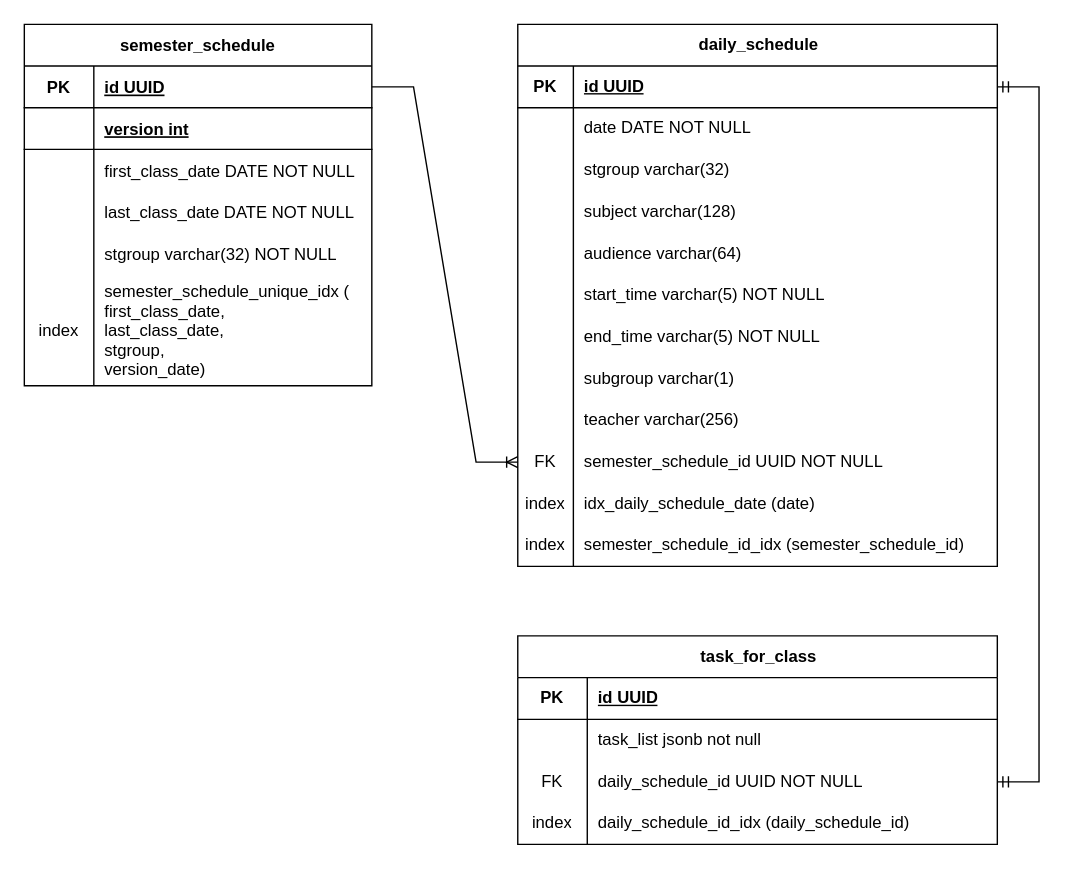
Before: authorization-service/Схема БД.drawio in Manysleeplover/rate-please-stankin, a draw.io diagram. Source tidied: cells renumbered, new cells numbered last; positions are measured from the earlier drawing's top-left corner, leaving out a move shared by most shapes. Both pictures are drawn from the tidied source at 139%, with x=0, y=0 at pixel (24, 24).
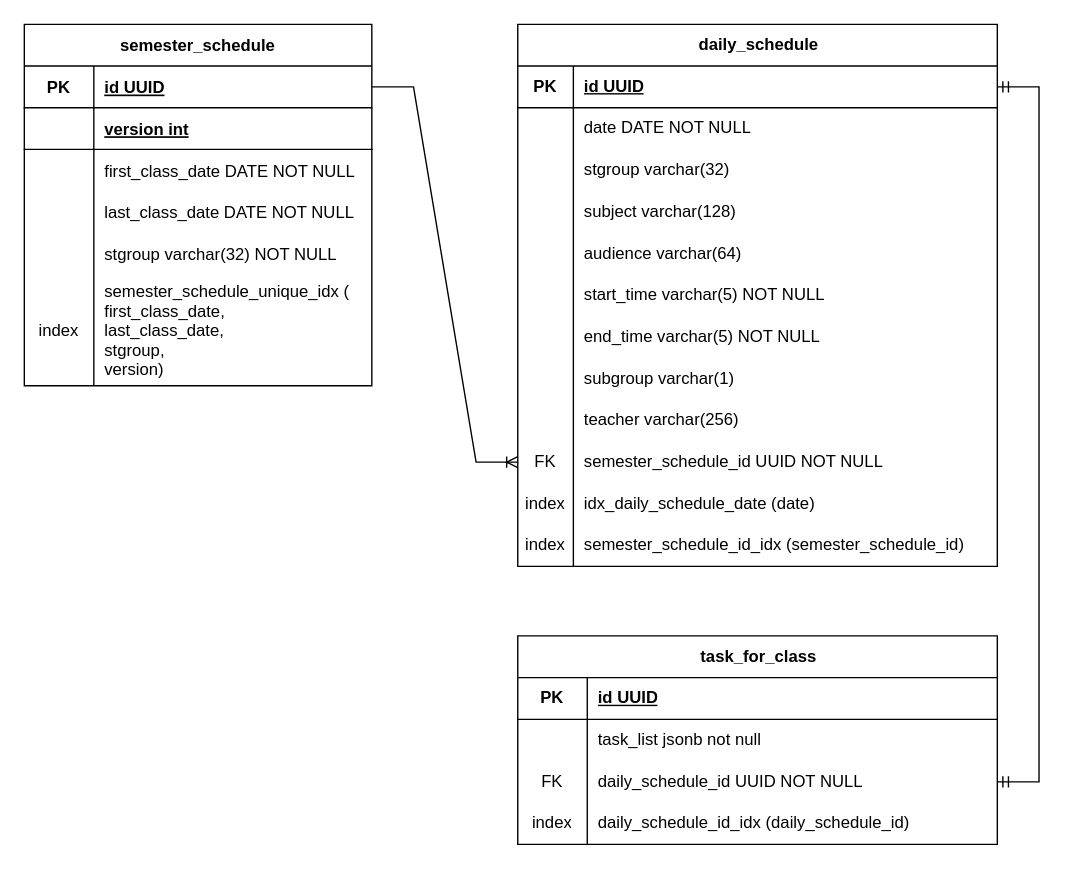
The same diagram, later.

Commit message:
30.03.2025 - схема данных

The change refers to these unchanged cells:
```xml
<mxCell id="18" style="shape=partialRectangle;fillColor=none;top=0;left=0;right=0;bottom=0;" parent="2" vertex="1">
  <mxGeometry y="180" width="250" height="80" as="geometry" />
</mxCell>
```

Change to the diagram source:
```diff
@@
-    <mxCell id="20" value="semester_schedule_unique_idx (&#10;first_class_date, &#10;last_class_date,&#10;stgroup, &#10;version_date)" style="shape=partialRectangle;overflow=hidden;fillColor=none;top=0;left=0;bottom=0;right=0;align=left;spacingLeft=6;" parent="18" vertex="1">
+    <mxCell id="20" value="semester_schedule_unique_idx (&#10;first_class_date, &#10;last_class_date,&#10;stgroup, &#10;version)" style="shape=partialRectangle;overflow=hidden;fillColor=none;top=0;left=0;bottom=0;right=0;align=left;spacingLeft=6;" parent="18" vertex="1">
       <mxGeometry x="50" width="200" height="80" as="geometry" />
     </mxCell>
```
